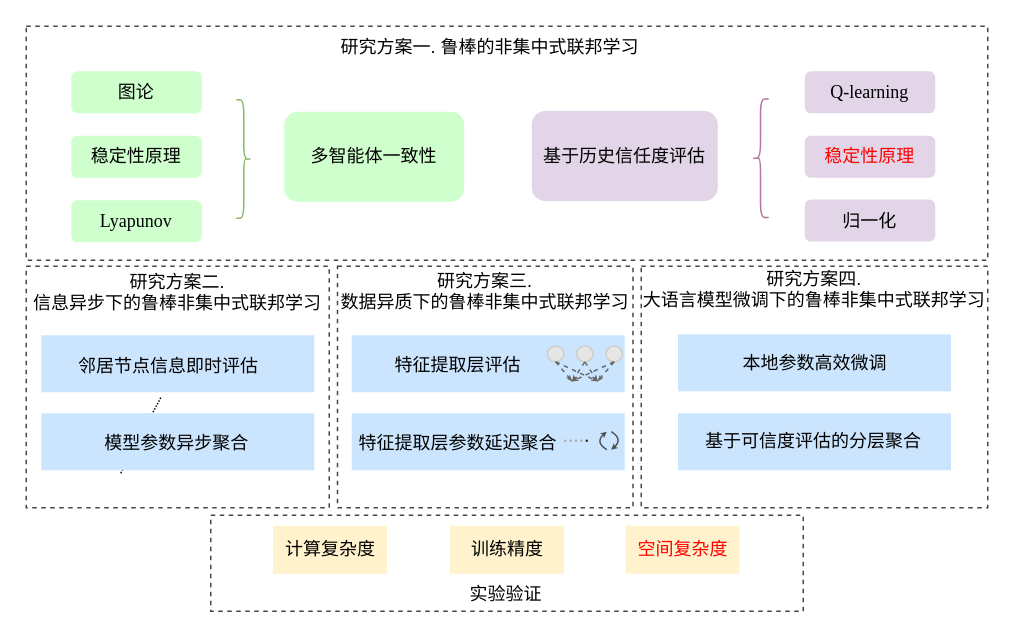
Before: messy/研究方案.drawio in Lumos598/drawio, a draw.io diagram. Source tidied: cells renumbered, new cells numbered last; positions are measured from the earlier drawing's top-left corner, leaving out a move shared by most shapes. Both pictures are drawn from the tidied source at 150%, with x=0, y=0 at pixel (26, 26). Pictures stored in the file or linked from it are replaced by grey dashed boxes.
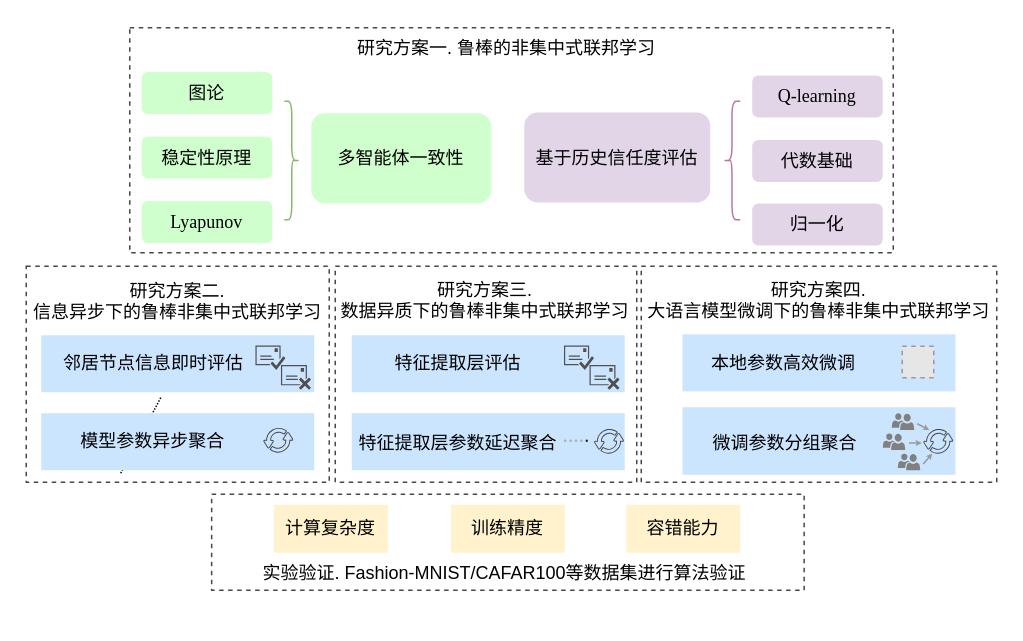
The same diagram, later.

What changed in the source:
```diff
@@
     <mxCell id="2" style="rounded=0;whiteSpace=wrap;html=1;dashed=1;strokeColor=light-dark(#474747,#FFFFFF);" parent="1" vertex="1">
-      <mxGeometry x="410" y="160" width="231" height="161" as="geometry" />
+      <mxGeometry x="410" y="160" width="237" height="144" as="geometry" />
     </mxCell>
     <mxCell id="3" style="rounded=0;whiteSpace=wrap;html=1;dashed=1;strokeColor=light-dark(#474747,#FFFFFF);" parent="1" vertex="1">
-      <mxGeometry x="207.5" y="160" width="197" height="161" as="geometry" />
+      <mxGeometry x="206" y="160" width="201" height="144" as="geometry" />
     </mxCell>
     <mxCell id="4" style="rounded=0;whiteSpace=wrap;html=1;dashed=1;strokeColor=light-dark(#474747,#FFFFFF);" parent="1" vertex="1">
-      <mxGeometry x="123" y="326" width="395" height="64" as="geometry" />
+      <mxGeometry x="123.6" y="312" width="395" height="64" as="geometry" />
     </mxCell>
     <mxCell id="5" style="rounded=0;whiteSpace=wrap;html=1;dashed=1;strokeColor=light-dark(#474747,#FFFFFF);" parent="1" vertex="1">
-      <mxGeometry y="160" width="202" height="161" as="geometry" />
+      <mxGeometry y="160" width="202" height="144" as="geometry" />
     </mxCell>
     <mxCell id="6" style="rounded=0;whiteSpace=wrap;html=1;dashed=1;strokeColor=light-dark(#474747,#FFFFFF);" parent="1" vertex="1">
-      <mxGeometry width="641" height="156" as="geometry" />
+      <mxGeometry x="69" y="1" width="509" height="150" as="geometry" />
     </mxCell>
     <mxCell id="7" value="多智能体一致性" style="rounded=1;whiteSpace=wrap;html=1;fillColor=light-dark(#CFFFCC,var(--ge-dark-color, #121212));strokeColor=none;" parent="1" vertex="1">
-      <mxGeometry x="172" y="57" width="120" height="60" as="geometry" />
+      <mxGeometry x="190" y="58" width="120" height="60" as="geometry" />
     </mxCell>
     <mxCell id="8" value="图论" style="rounded=1;whiteSpace=wrap;html=1;fillColor=light-dark(#CFFFCC,var(--ge-dark-color, #121212));strokeColor=none;fontFamily=Times New Roman;" parent="1" vertex="1">
-      <mxGeometry x="30" y="30" width="87" height="28" as="geometry" />
+      <mxGeometry x="77" y="30.5" width="87" height="28" as="geometry" />
     </mxCell>
     <mxCell id="9" value="稳定性原理" style="rounded=1;whiteSpace=wrap;html=1;fillColor=light-dark(#CFFFCC,var(--ge-dark-color, #121212));strokeColor=none;fontFamily=Times New Roman;" parent="1" vertex="1">
-      <mxGeometry x="30" y="73" width="87" height="28" as="geometry" />
+      <mxGeometry x="77" y="73.5" width="87" height="28" as="geometry" />
     </mxCell>
     <mxCell id="10" value="&lt;font face=&quot;Times New Roman&quot;&gt;Lyapunov&lt;/font&gt;" style="rounded=1;whiteSpace=wrap;html=1;fillColor=light-dark(#CFFFCC,var(--ge-dark-color, #121212));strokeColor=none;" parent="1" vertex="1">
-      <mxGeometry x="30" y="116" width="87" height="28" as="geometry" />
+      <mxGeometry x="77" y="116.5" width="87" height="28" as="geometry" />
     </mxCell>
     <mxCell id="11" style="shape=curlyBracket;whiteSpace=wrap;html=1;rounded=1;flipH=1;labelPosition=right;verticalLabelPosition=middle;align=left;verticalAlign=middle;strokeColor=light-dark(#85B869,#FFFFFF);fontStyle=0;" parent="1" vertex="1">
-      <mxGeometry x="140" y="49" width="10" height="79" as="geometry" />
+      <mxGeometry x="172" y="50" width="10" height="79" as="geometry" />
     </mxCell>
     <mxCell id="12" value="基于历史信任度评估" style="rounded=1;whiteSpace=wrap;html=1;fillColor=light-dark(#E1D5E7,var(--ge-dark-color, #121212));strokeColor=none;" parent="1" vertex="1">
-      <mxGeometry x="337" y="56.5" width="124" height="60" as="geometry" />
+      <mxGeometry x="332" y="57.5" width="124" height="60" as="geometry" />
     </mxCell>
     <mxCell id="13" style="shape=curlyBracket;whiteSpace=wrap;html=1;rounded=1;labelPosition=left;verticalLabelPosition=middle;align=right;verticalAlign=middle;strokeColor=light-dark(#B875A0,#FFFFFF);" parent="1" vertex="1">
-      <mxGeometry x="484" y="48.5" width="11" height="79" as="geometry" />
+      <mxGeometry x="465" y="50" width="11" height="79" as="geometry" />
     </mxCell>
     <mxCell id="14" value="Q-learning" style="rounded=1;whiteSpace=wrap;html=1;fillColor=#E1D5E7;strokeColor=none;fontFamily=Times New Roman;" parent="1" vertex="1">
-      <mxGeometry x="519" y="30" width="87" height="28" as="geometry" />
+      <mxGeometry x="484" y="32.8" width="87" height="28" as="geometry" />
     </mxCell>
-    <mxCell id="15" value="&lt;font style=&quot;color: rgb(255, 0, 0);&quot;&gt;稳定性原理&lt;/font&gt;" style="rounded=1;whiteSpace=wrap;html=1;fillColor=#E1D5E7;strokeColor=none;fontFamily=Times New Roman;" parent="1" vertex="1">
-      <mxGeometry x="519" y="73" width="87" height="28" as="geometry" />
+    <mxCell id="15" value="&lt;font style=&quot;color: rgb(0, 0, 0);&quot;&gt;代数基础&lt;/font&gt;" style="rounded=1;whiteSpace=wrap;html=1;fillColor=#E1D5E7;strokeColor=none;fontFamily=Times New Roman;" parent="1" vertex="1">
+      <mxGeometry x="484" y="75.8" width="87" height="28" as="geometry" />
     </mxCell>
     <mxCell id="16" value="归一化" style="rounded=1;whiteSpace=wrap;html=1;fillColor=#E1D5E7;strokeColor=none;fontFamily=Times New Roman;" parent="1" vertex="1">
-      <mxGeometry x="519" y="115.5" width="87" height="28" as="geometry" />
+      <mxGeometry x="484" y="118.2" width="87" height="28" as="geometry" />
     </mxCell>
     <mxCell id="17" value="研究方案一. 鲁棒的非集中式联邦学习" style="text;whiteSpace=wrap;" parent="1" vertex="1">
-      <mxGeometry x="208" width="203.5" height="25" as="geometry" />
+      <mxGeometry x="219.3" y="1" width="203.5" height="25" as="geometry" />
     </mxCell>
@@
     <mxCell id="19" value="研究方案二.&#10;信息异步下的鲁棒非集中式联邦学习" style="text;whiteSpace=wrap;align=center;" parent="1" vertex="1">
-      <mxGeometry x="2" y="157" width="198" height="38" as="geometry" />
+      <mxGeometry x="2" y="163" width="198" height="38" as="geometry" />
     </mxCell>
     <mxCell id="20" value="研究方案三.&#10;数据异质下的鲁棒非集中式联邦学习" style="text;whiteSpace=wrap;align=center;" parent="1" vertex="1">
-      <mxGeometry x="206" y="156" width="200" height="40" as="geometry" />
+      <mxGeometry x="206" y="162" width="200" height="40" as="geometry" />
     </mxCell>
     <mxCell id="21" value="计算复杂度" style="rounded=0;whiteSpace=wrap;html=1;fillColor=#FFF2CC;strokeColor=none;" parent="1" vertex="1">
-      <mxGeometry x="164.5" y="333" width="76" height="32" as="geometry" />
+      <mxGeometry x="165.1" y="319" width="76" height="32" as="geometry" />
     </mxCell>
-    <mxCell id="22" value="&lt;font style=&quot;color: rgb(255, 0, 0);&quot;&gt;空间复杂度&lt;/font&gt;" style="rounded=0;whiteSpace=wrap;html=1;fillColor=#FFF2CC;strokeColor=none;" parent="1" vertex="1">
-      <mxGeometry x="399.5" y="333" width="76" height="32" as="geometry" />
+    <mxCell id="22" value="&lt;font style=&quot;color: rgb(0, 0, 0);&quot;&gt;容错能力&lt;/font&gt;" style="rounded=0;whiteSpace=wrap;html=1;fillColor=#FFF2CC;strokeColor=none;" parent="1" vertex="1">
+      <mxGeometry x="400.1" y="319" width="76" height="32" as="geometry" />
     </mxCell>
     <mxCell id="23" value="训练精度" style="rounded=0;whiteSpace=wrap;html=1;fillColor=#FFF2CC;strokeColor=none;" parent="1" vertex="1">
-      <mxGeometry x="282.5" y="333" width="76" height="32" as="geometry" />
+      <mxGeometry x="283.1" y="319" width="76" height="32" as="geometry" />
     </mxCell>
-    <mxCell id="24" value="实验验证" style="text;whiteSpace=wrap;" parent="1" vertex="1">
-      <mxGeometry x="293.6" y="365" width="53.8" height="27" as="geometry" />
+    <mxCell id="24" value="实验验证. Fashion-MNIST/CAFAR100等数据集进行算法验证" style="text;whiteSpace=wrap;" parent="1" vertex="1">
+      <mxGeometry x="156.4" y="351" width="329.4" height="27" as="geometry" />
     </mxCell>
     <mxCell id="25" value="研究方案四.&#10;大语言模型微调下的鲁棒非集中式联邦学习" style="text;whiteSpace=wrap;align=center;" parent="1" vertex="1">
-      <mxGeometry x="410" y="155" width="231" height="40" as="geometry" />
+      <mxGeometry x="413" y="162" width="231" height="40" as="geometry" />
     </mxCell>
@@
-    <mxCell id="28" style="group;" parent="1" vertex="1">
-      <mxGeometry x="347.4" y="213.2" width="50" height="23.5" as="geometry" />
-    </mxCell>
-    <mxCell id="29" style="ellipse;whiteSpace=wrap;html=1;fillColor=#E6E6E6;strokeColor=#CCCCCC;fontColor=#242424;" parent="28" vertex="1">
-      <mxGeometry x="39" width="11" height="10.5" as="geometry" />
-    </mxCell>
-    <mxCell id="30" style="ellipse;whiteSpace=wrap;html=1;fillColor=#E6E6E6;strokeColor=#CCCCCC;fontColor=#242424;" parent="28" vertex="1">
-      <mxGeometry x="19.5" width="11" height="10.5" as="geometry" />
-    </mxCell>
-    <mxCell id="31" style="ellipse;whiteSpace=wrap;html=1;fillColor=#E6E6E6;strokeColor=#CCCCCC;fontColor=#242424;" parent="28" vertex="1">
-      <mxGeometry width="11" height="10.5" as="geometry" />
-    </mxCell>
-    <mxCell id="32" style="rounded=0;jettySize=auto;html=1;exitX=0.5;exitY=1;exitDx=0;exitDy=0;entryX=0.5;entryY=0;entryDx=0;entryDy=0;dashed=1;endArrow=classicThin;endFill=1;fontColor=#242424;strokeColor=#666666;endSize=1;" parent="28" edge="1" source="31">
-      <mxGeometry relative="1" as="geometry">
-        <mxPoint x="16.5" y="23.5" as="targetPoint" />
-      </mxGeometry>
-    </mxCell>
-    <mxCell id="33" style="rounded=0;jettySize=auto;html=1;exitX=0.5;exitY=1;exitDx=0;exitDy=0;entryX=0.5;entryY=0;entryDx=0;entryDy=0;dashed=1;endArrow=classicThin;endFill=1;fontColor=#242424;strokeColor=#666666;endSize=1;" parent="28" edge="1" source="29">
-      <mxGeometry relative="1" as="geometry">
-        <mxPoint x="16.5" y="23.5" as="targetPoint" />
-      </mxGeometry>
-    </mxCell>
-    <mxCell id="34" style="rounded=0;jettySize=auto;html=1;exitX=0.5;exitY=1;exitDx=0;exitDy=0;entryX=0.5;entryY=0;entryDx=0;entryDy=0;dashed=1;endArrow=classicThin;endFill=1;fontColor=#242424;strokeColor=#666666;endSize=1;" parent="28" edge="1" source="30">
-      <mxGeometry relative="1" as="geometry">
-        <mxPoint x="16.5" y="23.5" as="targetPoint" />
-      </mxGeometry>
-    </mxCell>
-    <mxCell id="35" style="rounded=0;jettySize=auto;html=1;exitX=0.5;exitY=1;exitDx=0;exitDy=0;entryX=0.5;entryY=0;entryDx=0;entryDy=0;dashed=1;endArrow=classicThin;endFill=1;fontColor=#242424;strokeColor=#666666;endSize=1;" parent="28" edge="1" source="31">
-      <mxGeometry relative="1" as="geometry">
-        <mxPoint x="33.5" y="23.5" as="targetPoint" />
-      </mxGeometry>
-    </mxCell>
-    <mxCell id="36" style="rounded=0;jettySize=auto;html=1;exitX=0.5;exitY=1;exitDx=0;exitDy=0;entryX=0.5;entryY=0;entryDx=0;entryDy=0;dashed=1;endArrow=classicThin;endFill=1;fontColor=#242424;strokeColor=#666666;endSize=1;" parent="28" edge="1" source="30">
-      <mxGeometry relative="1" as="geometry">
-        <mxPoint x="33.5" y="23.5" as="targetPoint" />
-      </mxGeometry>
-    </mxCell>
-    <mxCell id="37" style="rounded=0;jettySize=auto;html=1;exitX=0.5;exitY=1;exitDx=0;exitDy=0;entryX=0.5;entryY=0;entryDx=0;entryDy=0;dashed=1;endArrow=classicThin;endFill=1;fontColor=#242424;strokeColor=#666666;endSize=1;" parent="28" edge="1" source="29">
-      <mxGeometry relative="1" as="geometry">
-        <mxPoint x="33.5" y="23.5" as="targetPoint" />
-      </mxGeometry>
-    </mxCell>
     <mxCell id="38" value="&lt;span style=&quot;color: rgb(0, 0, 0); font-family: &amp;quot;Times New Roman&amp;quot;; font-size: 12px; font-style: normal; font-variant-ligatures: normal; font-variant-caps: normal; font-weight: 400; letter-spacing: normal; orphans: 2; text-align: center; text-indent: 0px; text-transform: none; widows: 2; word-spacing: 0px; -webkit-text-stroke-width: 0px; white-space: normal; text-decoration-thickness: initial; text-decoration-style: initial; text-decoration-color: initial; float: none; display: inline !important;&quot;&gt;特征提取层评估&lt;/span&gt;" style="text;whiteSpace=wrap;html=1;fillColor=none;" parent="1" vertex="1">
-      <mxGeometry x="244.4" y="211.9" width="89.4" height="24.8" as="geometry" />
+      <mxGeometry x="244.4" y="210.6" width="89.4" height="26.2" as="geometry" />
     </mxCell>
@@
-    <mxCell id="41" style="curved=1;endArrow=classic;html=1;rounded=0;endSize=1;strokeColor=#4D4D4D;" parent="1" edge="1">
-      <mxGeometry relative="1" as="geometry">
-        <mxPoint x="387" y="282.3" as="sourcePoint" />
-        <mxPoint x="387" y="270.3" as="targetPoint" />
-        <Array as="points">
-          <mxPoint x="379" y="277.3" />
-        </Array>
-      </mxGeometry>
-    </mxCell>
-    <mxCell id="42" style="curved=1;endArrow=classic;html=1;rounded=0;endSize=1;strokeColor=#4D4D4D;" parent="1" edge="1">
-      <mxGeometry relative="1" as="geometry">
-        <mxPoint x="390" y="270.3" as="sourcePoint" />
-        <mxPoint x="390" y="282.3" as="targetPoint" />
-        <Array as="points">
-          <mxPoint x="398" y="275.3" />
-        </Array>
-      </mxGeometry>
-    </mxCell>
@@
     <mxCell id="45" style="rounded=0;whiteSpace=wrap;html=1;fillColor=light-dark(#CCE5FF,var(--ge-dark-color, #121212));strokeColor=none;fontFamily=Times New Roman;" parent="1" vertex="1">
-      <mxGeometry x="434.5" y="205.4" width="182" height="38" as="geometry" />
+      <mxGeometry x="437.5" y="205.4" width="182" height="38" as="geometry" />
     </mxCell>
     <mxCell id="46" style="rounded=0;whiteSpace=wrap;html=1;fillColor=light-dark(#CCE5FF,var(--ge-dark-color, #121212));strokeColor=none;fontFamily=Times New Roman;" parent="1" vertex="1">
-      <mxGeometry x="434.5" y="258" width="182" height="38" as="geometry" />
+      <mxGeometry x="437.5" y="254" width="182" height="45" as="geometry" />
     </mxCell>
     <mxCell id="47" value="&lt;span style=&quot;color: rgb(0, 0, 0); font-family: &amp;quot;Times New Roman&amp;quot;; font-size: 12px; font-style: normal; font-variant-ligatures: normal; font-variant-caps: normal; font-weight: 400; letter-spacing: normal; orphans: 2; text-align: center; text-indent: 0px; text-transform: none; widows: 2; word-spacing: 0px; -webkit-text-stroke-width: 0px; white-space: normal; text-decoration-thickness: initial; text-decoration-style: initial; text-decoration-color: initial; float: none; display: inline !important;&quot;&gt;邻居节点信息即时评估&lt;/span&gt;" style="text;whiteSpace=wrap;html=1;fillColor=none;" parent="1" vertex="1">
-      <mxGeometry x="33.3" y="213.2" width="135.4" height="24.8" as="geometry" />
+      <mxGeometry x="23" y="210.7" width="123.7" height="27.4" as="geometry" />
     </mxCell>
     <mxCell id="48" value="&lt;span style=&quot;color: rgb(0, 0, 0); font-family: &amp;quot;Times New Roman&amp;quot;; font-size: 12px; font-style: normal; font-variant-ligatures: normal; font-variant-caps: normal; font-weight: 400; letter-spacing: normal; orphans: 2; text-indent: 0px; text-transform: none; widows: 2; word-spacing: 0px; -webkit-text-stroke-width: 0px; white-space: normal; text-decoration-thickness: initial; text-decoration-style: initial; text-decoration-color: initial; float: none; display: inline !important;&quot;&gt;模型参数异步聚合&lt;/span&gt;" style="text;whiteSpace=wrap;html=1;fillColor=none;align=center;" parent="1" vertex="1">
-      <mxGeometry x="33.3" y="263.9" width="135.4" height="24.8" as="geometry" />
+      <mxGeometry x="32.5" y="263.4" width="104.7" height="25.7" as="geometry" />
     </mxCell>
     <mxCell id="49" value="&lt;span style=&quot;color: rgb(0, 0, 0); font-family: &amp;quot;Times New Roman&amp;quot;; font-size: 12px; font-style: normal; font-variant-ligatures: normal; font-variant-caps: normal; font-weight: 400; letter-spacing: normal; orphans: 2; text-align: center; text-indent: 0px; text-transform: none; widows: 2; word-spacing: 0px; -webkit-text-stroke-width: 0px; white-space: normal; text-decoration-thickness: initial; text-decoration-style: initial; text-decoration-color: initial; float: none; display: inline !important;&quot;&gt;本地参数高效微调&lt;/span&gt;" style="text;whiteSpace=wrap;html=1;fillColor=none;" parent="1" vertex="1">
-      <mxGeometry x="475.5" y="211.1" width="102" height="26.4" as="geometry" />
+      <mxGeometry x="454.9" y="210.6" width="102" height="26.4" as="geometry" />
     </mxCell>
-    <mxCell id="50" value="&lt;span style=&quot;color: rgb(0, 0, 0); font-family: &amp;quot;Times New Roman&amp;quot;; font-size: 12px; font-style: normal; font-variant-ligatures: normal; font-variant-caps: normal; font-weight: 400; letter-spacing: normal; orphans: 2; text-align: center; text-indent: 0px; text-transform: none; widows: 2; word-spacing: 0px; -webkit-text-stroke-width: 0px; white-space: normal; text-decoration-thickness: initial; text-decoration-style: initial; text-decoration-color: initial; float: none; display: inline !important;&quot;&gt;基于可信度评估的分层聚合&lt;/span&gt;" style="text;whiteSpace=wrap;html=1;fillColor=none;" parent="1" vertex="1">
-      <mxGeometry x="450.8" y="263.1" width="149.5" height="26.4" as="geometry" />
+    <mxCell id="50" value="&lt;div style=&quot;text-align: center;&quot;&gt;&lt;span style=&quot;font-family: &amp;quot;Times New Roman&amp;quot;; background-color: transparent; color: light-dark(rgb(0, 0, 0), rgb(255, 255, 255));&quot;&gt;微调参数&lt;/span&gt;&lt;span style=&quot;background-color: transparent; color: light-dark(rgb(0, 0, 0), rgb(255, 255, 255));&quot;&gt;&lt;font face=&quot;Times New Roman&quot;&gt;分组聚合&lt;/font&gt;&lt;/span&gt;&lt;/div&gt;" style="text;whiteSpace=wrap;html=1;fillColor=none;" parent="1" vertex="1">
+      <mxGeometry x="456" y="263.9" width="99.9" height="26.4" as="geometry" />
     </mxCell>
+    <mxCell id="51" style="fillColor=#E6E6E6;strokeColor=#999999;dashed=1;html=1;verticalAlign=top;verticalLabelPosition=bottom;labelBackgroundColor=#ffffff;" parent="1" vertex="1">
+      <mxGeometry x="584" y="213.4" width="21" height="21" as="geometry" />
+    </mxCell>
+    <mxCell id="52" style="sketch=0;shadow=0;dashed=0;html=1;strokeColor=none;fillColor=#505050;labelPosition=center;verticalLabelPosition=bottom;verticalAlign=top;align=center;shape=mxgraph.office.concepts.email_approved;" parent="1" vertex="1">
+      <mxGeometry x="152.8" y="212.8" width="20" height="16.4" as="geometry" />
+    </mxCell>
+    <mxCell id="53" style="sketch=0;shadow=0;dashed=0;html=1;strokeColor=none;fillColor=#505050;labelPosition=center;verticalLabelPosition=bottom;verticalAlign=top;align=center;shape=mxgraph.office.concepts.email_rejected;" parent="1" vertex="1">
+      <mxGeometry x="169.8" y="225.9" width="20" height="16.4" as="geometry" />
+    </mxCell>
+    <mxCell id="54" style="sketch=0;shadow=0;dashed=0;html=1;strokeColor=none;fillColor=#505050;labelPosition=center;verticalLabelPosition=bottom;verticalAlign=top;align=center;shape=mxgraph.office.concepts.email_approved;" parent="1" vertex="1">
+      <mxGeometry x="358.5" y="212.8" width="20" height="16.4" as="geometry" />
+    </mxCell>
+    <mxCell id="55" style="sketch=0;shadow=0;dashed=0;html=1;strokeColor=none;fillColor=#505050;labelPosition=center;verticalLabelPosition=bottom;verticalAlign=top;align=center;shape=mxgraph.office.concepts.email_rejected;" parent="1" vertex="1">
+      <mxGeometry x="375.5" y="225.9" width="20" height="16.4" as="geometry" />
+    </mxCell>
+    <mxCell id="56" style="sketch=0;shadow=0;dashed=0;html=1;strokeColor=none;fillColor=#434445;labelPosition=center;verticalLabelPosition=bottom;verticalAlign=top;align=center;shape=mxgraph.vvd.business_continuity_data_protection;" parent="1" vertex="1">
+      <mxGeometry x="158" y="267.7" width="20" height="17.2" as="geometry" />
+    </mxCell>
+    <mxCell id="57" style="sketch=0;shadow=0;dashed=0;html=1;strokeColor=none;fillColor=#434445;labelPosition=center;verticalLabelPosition=bottom;verticalAlign=top;align=center;shape=mxgraph.vvd.business_continuity_data_protection;" parent="1" vertex="1">
+      <mxGeometry x="378.5" y="268.4" width="20" height="17.2" as="geometry" />
+    </mxCell>
+    <mxCell id="58" style="sketch=0;shadow=0;dashed=0;html=1;strokeColor=none;fillColor=#434445;labelPosition=center;verticalLabelPosition=bottom;verticalAlign=top;align=center;shape=mxgraph.vvd.business_continuity_data_protection;" parent="1" vertex="1">
+      <mxGeometry x="598" y="268.4" width="20" height="17.2" as="geometry" />
+    </mxCell>
+    <mxCell id="59" style="sketch=0;shadow=0;dashed=0;html=1;strokeColor=none;labelPosition=center;verticalLabelPosition=bottom;verticalAlign=top;align=center;fillColor=#808080;shape=mxgraph.mscae.intune.user_group;" parent="1" vertex="1">
+      <mxGeometry x="577" y="258" width="15" height="11.1" as="geometry" />
+    </mxCell>
+    <mxCell id="60" style="sketch=0;shadow=0;dashed=0;html=1;strokeColor=none;labelPosition=center;verticalLabelPosition=bottom;verticalAlign=top;align=center;fillColor=#808080;shape=mxgraph.mscae.intune.user_group;" parent="1" vertex="1">
+      <mxGeometry x="571" y="271.4" width="15" height="11.1" as="geometry" />
+    </mxCell>
+    <mxCell id="61" style="sketch=0;shadow=0;dashed=0;html=1;strokeColor=none;labelPosition=center;verticalLabelPosition=bottom;verticalAlign=top;align=center;fillColor=#808080;shape=mxgraph.mscae.intune.user_group;" parent="1" vertex="1">
+      <mxGeometry x="581" y="284.9" width="15" height="11.1" as="geometry" />
+    </mxCell>
+    <mxCell id="62" style="endArrow=classic;html=1;rounded=0;endSize=1;strokeColor=#999999;" parent="1" edge="1">
+      <mxGeometry relative="1" as="geometry">
+        <mxPoint x="594" y="265" as="sourcePoint" />
+        <mxPoint x="602" y="269.1" as="targetPoint" />
+      </mxGeometry>
+    </mxCell>
+    <mxCell id="63" style="endArrow=classic;html=1;rounded=0;endSize=1;strokeColor=#999999;" parent="1" edge="1">
+      <mxGeometry relative="1" as="geometry">
+        <mxPoint x="588.5" y="277.9" as="sourcePoint" />
+        <mxPoint x="597" y="277.8" as="targetPoint" />
+      </mxGeometry>
+    </mxCell>
+    <mxCell id="64" style="endArrow=classic;html=1;rounded=0;endSize=1;strokeColor=#999999;" parent="1" edge="1">
+      <mxGeometry relative="1" as="geometry">
+        <mxPoint x="598" y="291.9" as="sourcePoint" />
+        <mxPoint x="604" y="284.9" as="targetPoint" />
+      </mxGeometry>
+    </mxCell>
```
